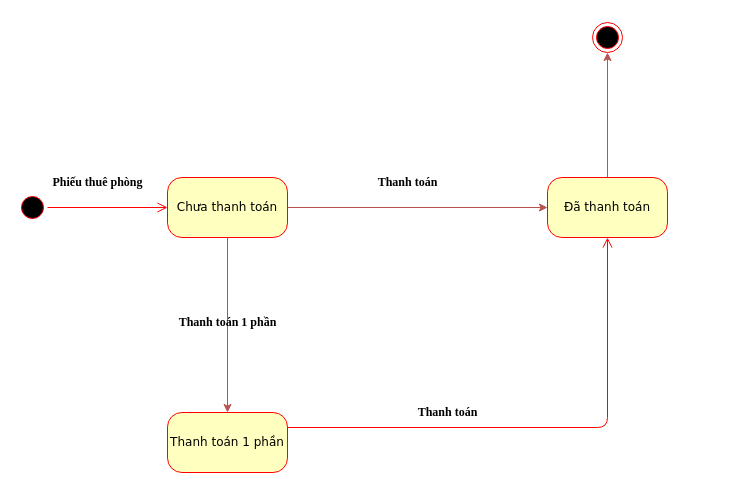
Above: phiếu thuê phòng.drawio in jpeace08/uml_quanlykhachsan (draw.io), before the change. Source tidied: cells renumbered, new cells numbered last; positions are measured from the earlier drawing's top-left corner, leaving out a move shared by most shapes. Both pictures are drawn from the tidied source at 100%, with x=0, y=0 at pixel (17, 22).
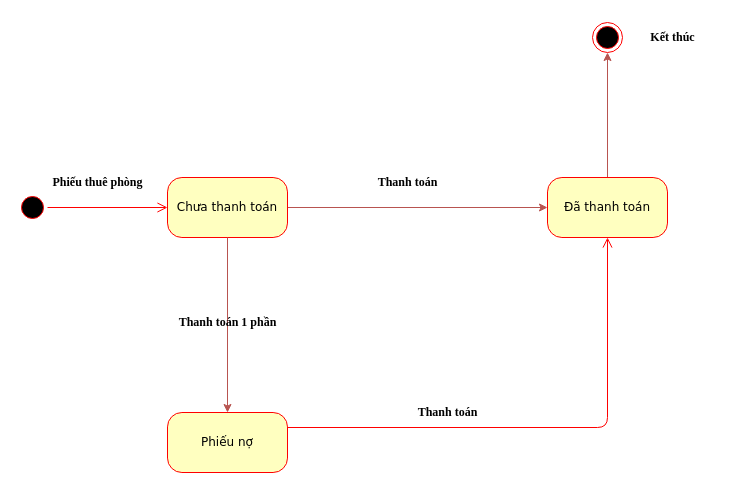
The same page after the edit.

What changed in the source:
```diff
@@
 <mxGraphModel background="#ffffff">
   <root>
     <mxCell id="0" />
     <mxCell id="1" parent="0" />
     <mxCell id="2" style="ellipse;html=1;shape=startState;fillColor=#000000;strokeColor=#ff0000;rounded=1;shadow=0;comic=0;labelBackgroundColor=none;fontFamily=Verdana;fontSize=12;fontColor=#000000;align=center;direction=south;" parent="1" vertex="1">
       <mxGeometry y="170" width="30" height="30" as="geometry" />
     </mxCell>
     <mxCell id="3" style="edgeStyle=orthogonalEdgeStyle;rounded=1;jettySize=auto;html=1;fillColor=#f8cecc;strokeColor=#b85450;" parent="1" edge="1" source="4" target="8">
       <mxGeometry relative="1" as="geometry" />
     </mxCell>
     <mxCell id="4" value="Chưa thanh toán" style="rounded=1;whiteSpace=wrap;html=1;arcSize=24;fillColor=#ffffc0;strokeColor=#ff0000;shadow=0;comic=0;labelBackgroundColor=none;fontFamily=Verdana;fontSize=12;fontColor=#000000;align=center;" parent="1" vertex="1">
       <mxGeometry x="150" y="155" width="120" height="60" as="geometry" />
     </mxCell>
     <mxCell id="5" style="edgeStyle=orthogonalEdgeStyle;html=1;exitX=1;exitY=0.25;entryX=0.5;entryY=1;labelBackgroundColor=none;endArrow=open;endSize=8;strokeColor=#ff0000;fontFamily=Verdana;fontSize=12;align=left;entryDx=0;entryDy=0;" parent="1" edge="1" source="6" target="8">
       <mxGeometry relative="1" as="geometry">
         <Array as="points">
           <mxPoint x="590" y="405" />
         </Array>
       </mxGeometry>
     </mxCell>
-    <mxCell id="6" value="Thanh toán 1 phần" style="rounded=1;whiteSpace=wrap;html=1;arcSize=24;fillColor=#ffffc0;strokeColor=#ff0000;shadow=0;comic=0;labelBackgroundColor=none;fontFamily=Verdana;fontSize=12;fontColor=#000000;align=center;" parent="1" vertex="1">
+    <mxCell id="6" value="Phiếu nợ" style="rounded=1;whiteSpace=wrap;html=1;arcSize=24;fillColor=#ffffc0;strokeColor=#ff0000;shadow=0;comic=0;labelBackgroundColor=none;fontFamily=Verdana;fontSize=12;fontColor=#000000;align=center;" parent="1" vertex="1">
       <mxGeometry x="150" y="390" width="120" height="60" as="geometry" />
     </mxCell>
     <mxCell id="7" style="edgeStyle=orthogonalEdgeStyle;rounded=1;jettySize=auto;html=1;exitX=0.5;exitY=0;exitDx=0;exitDy=0;entryX=0.5;entryY=1;entryDx=0;entryDy=0;fillColor=#f8cecc;strokeColor=#b85450;" parent="1" edge="1" source="8" target="10">
       <mxGeometry relative="1" as="geometry" />
     </mxCell>
     <mxCell id="8" value="Đã thanh toán" style="rounded=1;whiteSpace=wrap;html=1;arcSize=24;fillColor=#ffffc0;strokeColor=#ff0000;shadow=0;comic=0;labelBackgroundColor=none;fontFamily=Verdana;fontSize=12;fontColor=#000000;align=center;" parent="1" vertex="1">
       <mxGeometry x="530" y="155" width="120" height="60" as="geometry" />
     </mxCell>
     <mxCell id="9" style="edgeStyle=orthogonalEdgeStyle;labelBackgroundColor=none;endArrow=open;endSize=8;strokeColor=#ff0000;fontFamily=Times New Roman;fontSize=12;align=left;labelBorderColor=none;html=1;" parent="1" edge="1" source="2" target="4">
       <mxGeometry relative="1" as="geometry" />
     </mxCell>
     <mxCell id="10" style="ellipse;html=1;shape=endState;fillColor=#000000;strokeColor=#ff0000;" parent="1" vertex="1">
       <mxGeometry x="575" width="30" height="30" as="geometry" />
     </mxCell>
     <mxCell id="11" style="endArrow=classic;html=1;exitX=0.5;exitY=1;exitDx=0;exitDy=0;entryX=0.5;entryY=0;entryDx=0;entryDy=0;fillColor=#f8cecc;strokeColor=#b85450;rounded=1;" parent="1" edge="1" source="4" target="6">
       <mxGeometry relative="1" as="geometry" />
     </mxCell>
     <mxCell id="12" value="Phiếu thuê phòng" style="text;strokeColor=none;fillColor=none;html=1;fontSize=12;fontStyle=1;verticalAlign=middle;align=center;fontFamily=Times New Roman;" parent="1" vertex="1">
       <mxGeometry x="30" y="140" width="100" height="40" as="geometry" />
     </mxCell>
     <mxCell id="13" value="Thanh toán" style="text;strokeColor=none;fillColor=none;html=1;fontSize=12;fontStyle=1;verticalAlign=middle;align=center;fontFamily=Times New Roman;" parent="1" vertex="1">
       <mxGeometry x="340" y="140" width="100" height="40" as="geometry" />
     </mxCell>
     <mxCell id="14" value="Thanh toán 1 phần" style="text;strokeColor=none;fillColor=none;html=1;fontSize=12;fontStyle=1;verticalAlign=middle;align=center;fontFamily=Times New Roman;" parent="1" vertex="1">
       <mxGeometry x="160" y="280" width="100" height="40" as="geometry" />
     </mxCell>
     <mxCell id="15" value="Thanh toán" style="text;strokeColor=none;fillColor=none;html=1;fontSize=12;fontStyle=1;verticalAlign=middle;align=center;fontFamily=Times New Roman;" parent="1" vertex="1">
       <mxGeometry x="380" y="370" width="100" height="40" as="geometry" />
     </mxCell>
+    <mxCell id="16" value="Kết thúc" style="text;strokeColor=none;fillColor=none;html=1;fontSize=12;fontStyle=1;verticalAlign=middle;align=center;fontFamily=Times New Roman;" parent="1" vertex="1">
+      <mxGeometry x="605" y="-5" width="100" height="40" as="geometry" />
+    </mxCell>
   </root>
 </mxGraphModel>
```
